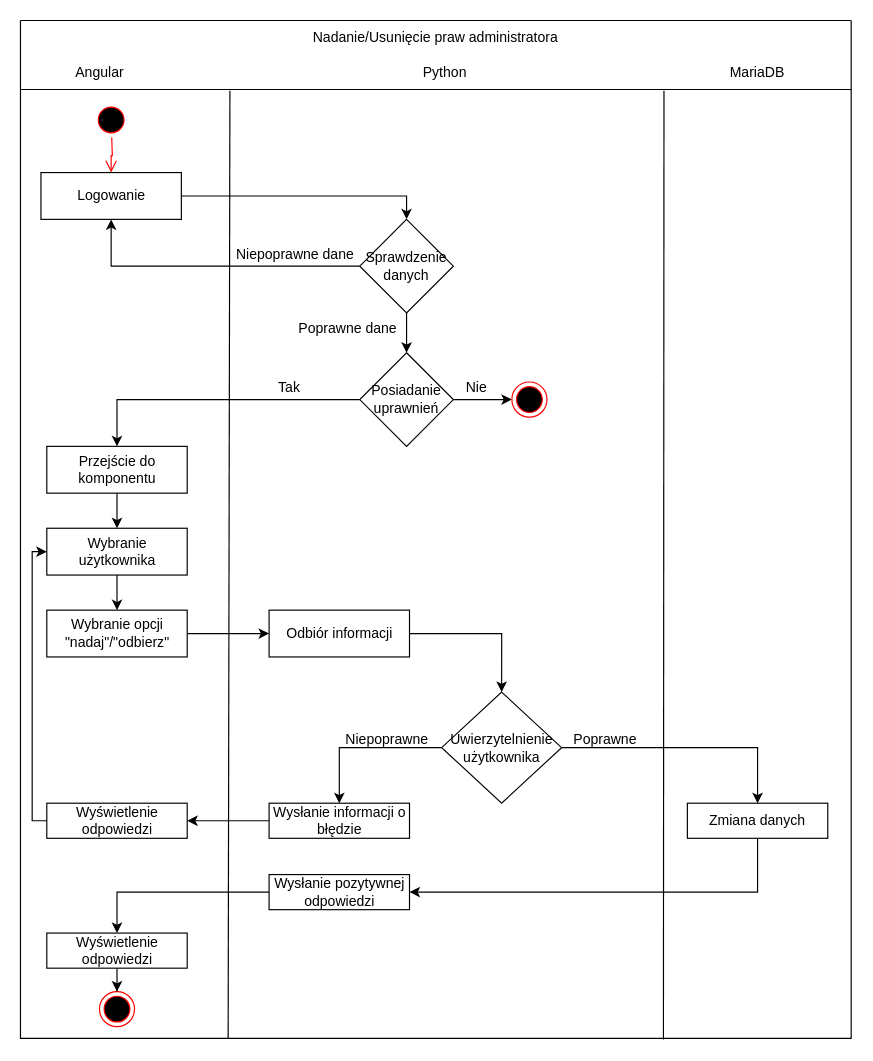
Above: Diagram/GivePermissions.drawio in Quadium9/Projekt_I (draw.io), before the change. Source tidied: cells renumbered, new cells numbered last; positions are measured from the earlier drawing's top-left corner, leaving out a move shared by most shapes. Both pictures are drawn from the tidied source at 117%, with x=0, y=0 at pixel (20, 20).
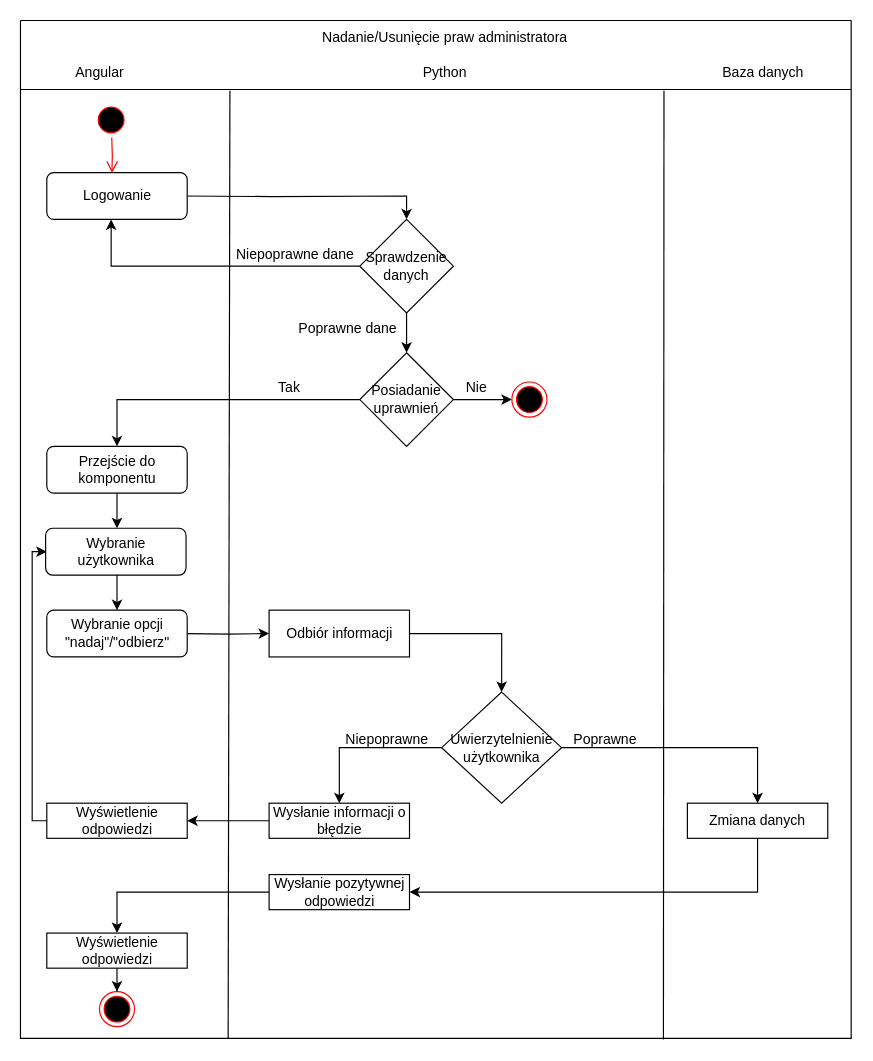
After the change.

Unchanged cells that the change refers to:
```xml
<mxCell id="2" style="swimlane;startSize=0;" parent="1" vertex="1">
  <mxGeometry width="710" height="870" as="geometry" />
</mxCell>
<mxCell id="14" value="Sprawdzenie danych" style="rhombus;whiteSpace=wrap;html=1;" parent="2" vertex="1">
  <mxGeometry x="290" y="170" width="80" height="80" as="geometry" />
</mxCell>
<mxCell id="24" value="Posiadanie uprawnień" style="rhombus;whiteSpace=wrap;html=1;" parent="2" vertex="1">
  <mxGeometry x="290" y="284" width="80" height="80" as="geometry" />
</mxCell>
<mxCell id="30" value="Odbiór informacji" style="rounded=0;whiteSpace=wrap;html=1;" parent="2" vertex="1">
  <mxGeometry x="212.5" y="504" width="120" height="40" as="geometry" />
</mxCell>
<mxCell id="39" value="Wyświetlenie odpowiedzi" style="rounded=0;whiteSpace=wrap;html=1;" parent="2" vertex="1">
  <mxGeometry x="22.5" y="669" width="120" height="30" as="geometry" />
</mxCell>
```

Diff of the diagram source:
```diff
@@
-    <mxCell id="4" value="MariaDB" style="text;html=1;strokeColor=none;fillColor=none;align=center;verticalAlign=middle;whiteSpace=wrap;rounded=0;" parent="2" vertex="1">
-      <mxGeometry x="600" y="30" width="60" height="30" as="geometry" />
+    <mxCell id="4" value="Baza danych" style="text;html=1;strokeColor=none;fillColor=none;align=center;verticalAlign=middle;whiteSpace=wrap;rounded=0;" parent="2" vertex="1">
+      <mxGeometry x="590" y="30" width="90" height="30" as="geometry" />
     </mxCell>
     <mxCell id="5" value="Nadanie/Usunięcie praw administratora" style="text;html=1;strokeColor=none;fillColor=none;align=center;verticalAlign=middle;whiteSpace=wrap;rounded=0;" parent="2" vertex="1">
-      <mxGeometry x="235" width="240" height="30" as="geometry" />
+      <mxGeometry x="242.5" width="240" height="30" as="geometry" />
     </mxCell>
@@
-    <mxCell id="10" style="edgeStyle=orthogonalEdgeStyle;rounded=0;jettySize=auto;html=1;entryX=0.5;entryY=0;entryDx=0;entryDy=0;" parent="2" edge="1" source="11" target="14">
-      <mxGeometry relative="1" as="geometry" />
+    <mxCell id="10" style="edgeStyle=orthogonalEdgeStyle;rounded=0;jettySize=auto;html=1;entryX=0.5;entryY=0;entryDx=0;entryDy=0;" parent="2" edge="1" target="14">
+      <mxGeometry relative="1" as="geometry">
+        <mxPoint x="137.5" y="150" as="sourcePoint" />
+      </mxGeometry>
     </mxCell>
-    <mxCell id="11" value="Logowanie" style="rounded=0;whiteSpace=wrap;html=1;" parent="2" vertex="1">
-      <mxGeometry x="17.5" y="130" width="120" height="40" as="geometry" />
-    </mxCell>
-    <mxCell id="12" style="edgeStyle=orthogonalEdgeStyle;rounded=0;jettySize=auto;html=1;entryX=0.5;entryY=1;entryDx=0;entryDy=0;" parent="2" edge="1" source="14" target="11">
-      <mxGeometry relative="1" as="geometry" />
+    <mxCell id="12" style="edgeStyle=orthogonalEdgeStyle;rounded=0;jettySize=auto;html=1;entryX=0.5;entryY=1;entryDx=0;entryDy=0;" parent="2" edge="1" source="14">
+      <mxGeometry relative="1" as="geometry">
+        <mxPoint x="77.5" y="170" as="targetPoint" />
+        <Array as="points">
+          <mxPoint x="78" y="210" />
+          <mxPoint x="78" y="170" />
+        </Array>
+      </mxGeometry>
     </mxCell>
@@
-    <mxCell id="15" style="edgeStyle=orthogonalEdgeStyle;rounded=0;jettySize=auto;html=1;entryX=0.5;entryY=0;entryDx=0;entryDy=0;" parent="2" edge="1" source="16" target="19">
-      <mxGeometry relative="1" as="geometry" />
+    <mxCell id="15" style="edgeStyle=orthogonalEdgeStyle;rounded=0;orthogonalLoop=1;jettySize=auto;html=1;entryX=0.5;entryY=0;entryDx=0;entryDy=0;" parent="2" edge="1">
+      <mxGeometry relative="1" as="geometry">
+        <mxPoint x="82.5" y="404" as="sourcePoint" />
+        <mxPoint x="82.5" y="434" as="targetPoint" />
+      </mxGeometry>
     </mxCell>
-    <mxCell id="16" value="Przejście do komponentu" style="rounded=0;whiteSpace=wrap;html=1;" parent="2" vertex="1">
-      <mxGeometry x="22.5" y="364" width="120" height="40" as="geometry" />
-    </mxCell>
@@
-    <mxCell id="18" style="edgeStyle=orthogonalEdgeStyle;rounded=0;jettySize=auto;html=1;" parent="2" edge="1" source="19" target="21">
-      <mxGeometry relative="1" as="geometry" />
+    <mxCell id="18" style="edgeStyle=orthogonalEdgeStyle;rounded=0;orthogonalLoop=1;jettySize=auto;html=1;" parent="2" edge="1">
+      <mxGeometry relative="1" as="geometry">
+        <mxPoint x="82.5" y="474" as="sourcePoint" />
+        <mxPoint x="82.5" y="504" as="targetPoint" />
+      </mxGeometry>
     </mxCell>
-    <mxCell id="19" value="Wybranie użytkownika" style="rounded=0;whiteSpace=wrap;html=1;" parent="2" vertex="1">
-      <mxGeometry x="22.5" y="434" width="120" height="40" as="geometry" />
-    </mxCell>
-    <mxCell id="20" style="edgeStyle=orthogonalEdgeStyle;rounded=0;jettySize=auto;html=1;" parent="2" edge="1" source="21" target="30">
-      <mxGeometry relative="1" as="geometry" />
+    <mxCell id="20" style="edgeStyle=orthogonalEdgeStyle;rounded=0;jettySize=auto;html=1;" parent="2" edge="1" target="30">
+      <mxGeometry relative="1" as="geometry">
+        <mxPoint x="142.5" y="524" as="sourcePoint" />
+      </mxGeometry>
     </mxCell>
-    <mxCell id="21" value="Wybranie opcji &quot;nadaj&quot;/&quot;odbierz&quot;" style="rounded=0;whiteSpace=wrap;html=1;" parent="2" vertex="1">
-      <mxGeometry x="22.5" y="504" width="120" height="40" as="geometry" />
-    </mxCell>
@@
     <mxCell id="23" style="edgeStyle=orthogonalEdgeStyle;rounded=0;jettySize=auto;html=1;entryX=0.5;entryY=0;entryDx=0;entryDy=0;" parent="2" edge="1" source="24" target="16">
-      <mxGeometry relative="1" as="geometry" />
+      <mxGeometry relative="1" as="geometry">
+        <Array as="points">
+          <mxPoint x="83" y="324" />
+          <mxPoint x="83" y="364" />
+        </Array>
+      </mxGeometry>
     </mxCell>
@@
-    <mxCell id="38" style="edgeStyle=orthogonalEdgeStyle;rounded=0;jettySize=auto;html=1;entryX=0;entryY=0.5;entryDx=0;entryDy=0;" parent="2" edge="1" source="39" target="19">
+    <mxCell id="38" style="edgeStyle=orthogonalEdgeStyle;rounded=0;jettySize=auto;html=1;entryX=0;entryY=0.5;entryDx=0;entryDy=0;" parent="2" edge="1" source="39">
       <mxGeometry relative="1" as="geometry">
+        <mxPoint x="22.5" y="454" as="targetPoint" />
         <Array as="points">
           <mxPoint x="10" y="684" />
           <mxPoint x="10" y="454" />
         </Array>
       </mxGeometry>
     </mxCell>
@@
-    <mxCell id="47" style="edgeStyle=orthogonalEdgeStyle;html=1;verticalAlign=bottom;endArrow=open;endSize=8;strokeColor=#ff0000;rounded=0;entryX=0.5;entryY=0;entryDx=0;entryDy=0;" parent="2" edge="1" target="11">
+    <mxCell id="47" style="edgeStyle=orthogonalEdgeStyle;html=1;verticalAlign=bottom;endArrow=open;endSize=8;strokeColor=#ff0000;rounded=0;entryX=0.464;entryY=0.011;entryDx=0;entryDy=0;entryPerimeter=0;" parent="2" edge="1" target="11">
       <mxGeometry relative="1" as="geometry">
         <mxPoint x="78" y="100" as="sourcePoint" />
       </mxGeometry>
     </mxCell>
@@
+    <mxCell id="11" value="&lt;span&gt;Logowanie&lt;/span&gt;" style="rounded=1;whiteSpace=wrap;html=1;" parent="2" vertex="1">
+      <mxGeometry x="22.5" y="130" width="120" height="40" as="geometry" />
+    </mxCell>
+    <mxCell id="16" value="Przejście do komponentu" style="rounded=1;whiteSpace=wrap;html=1;" parent="2" vertex="1">
+      <mxGeometry x="22.5" y="364" width="120" height="40" as="geometry" />
+    </mxCell>
+    <mxCell id="19" value="Wybranie użytkownika" style="rounded=1;whiteSpace=wrap;html=1;" parent="2" vertex="1">
+      <mxGeometry x="21.5" y="434" width="120" height="40" as="geometry" />
+    </mxCell>
+    <mxCell id="21" value="Wybranie opcji &quot;nadaj&quot;/&quot;odbierz&quot;" style="rounded=1;whiteSpace=wrap;html=1;" parent="2" vertex="1">
+      <mxGeometry x="22.5" y="504" width="120" height="40" as="geometry" />
+    </mxCell>
```
